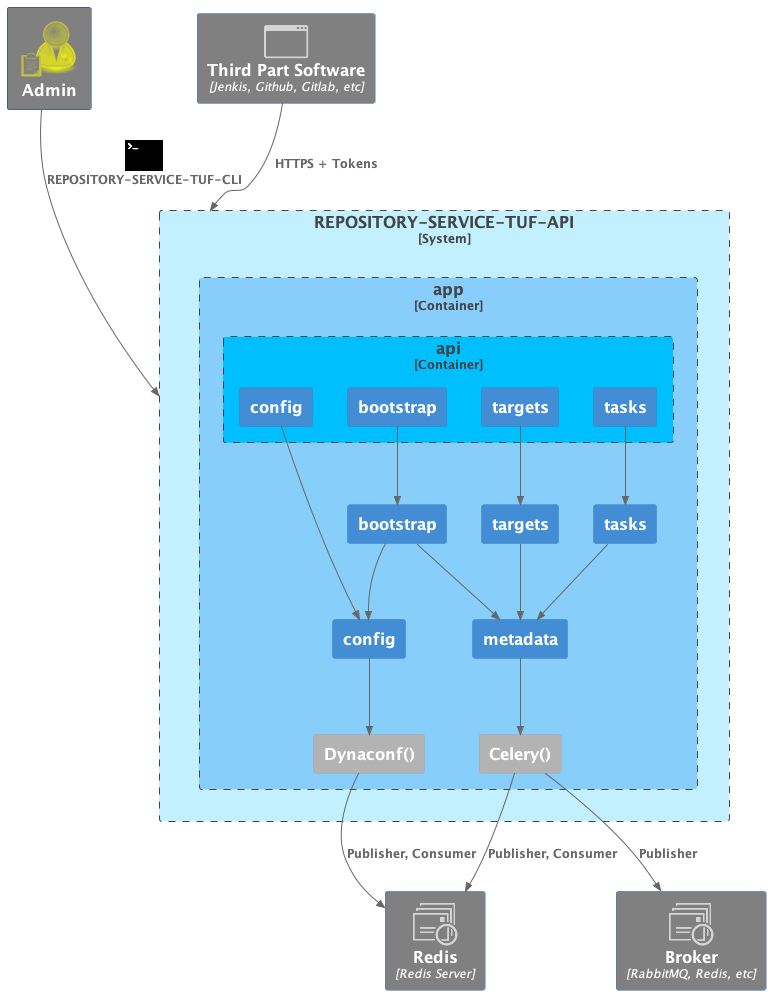
Above: docs/source/_static/repository-service-tuf-api-C3.png in repository-service-tuf/repository-service-tuf-api (PlantUML), before the change.
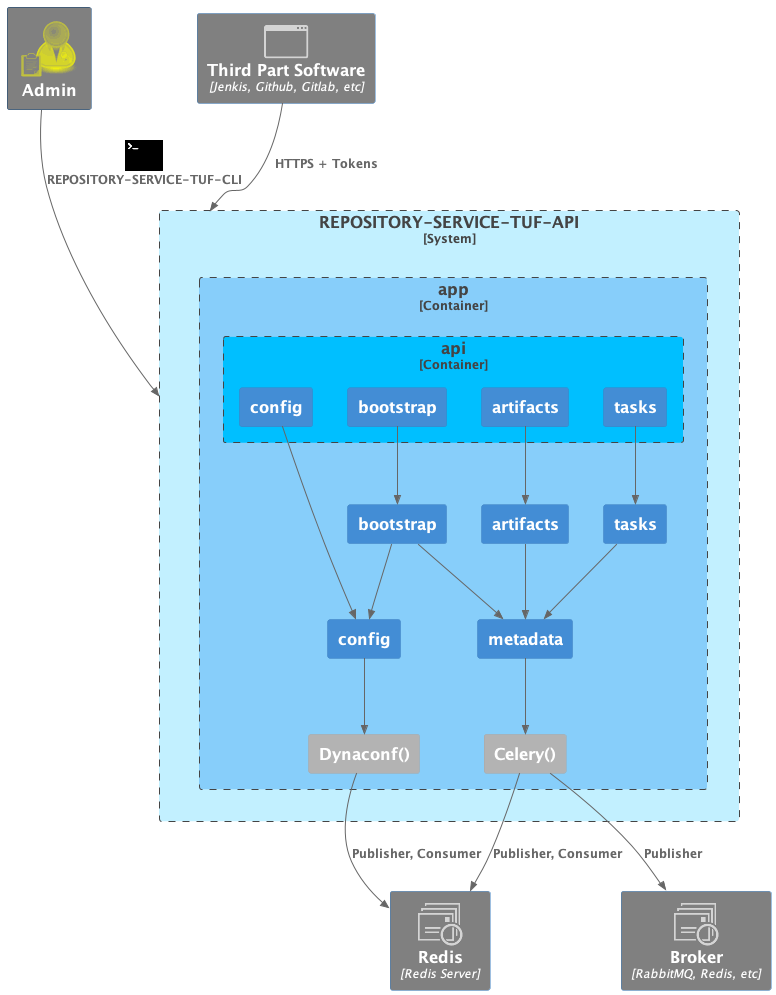
After the change.

The edit, as a diff of the source:
```diff
@@ -29,7 +29,7 @@
 AddContainerTag("queue", $sprite="queue_viewer", $legendText="Message Queue")
 AddContainerTag("ci_cd", $sprite="application_generic", $legendText="CI/CD, Artfact Management, etc")
 AddContainerTag("metadata_web", $sprite="web_services", $legendText="Web exposed TUF Metadata")
-AddContainerTag("download_target", $sprite="download", $legendText="Download file/target/package", $bgColor=Gray)
+AddContainerTag("download_artifact", $sprite="download", $legendText="Download file/artifact/package", $bgColor=Gray)
 AddContainerTag("terminal", $sprite="terminal,scale=0.5,color=#000000", $legendText="CLI")
 
 AddRelTag("terminal", $textColor="$ARROW_COLOR", $lineColor="$ARROW_COLOR", $sprite="terminal,scale=0.75,color=#000000", $legendText="Repository Service for TUF CLI")
@@ -44,12 +44,12 @@
         Container_Boundary(api, "api") #DeepSkyBlue{
             Container(api_config, "config")
             Container(api_bootstrap, "bootstrap")
-            Container(api_targets, "targets")
+            Container(api_artifacts, "artifacts")
             Container(api_tasks, "tasks")
         }
         Container(config, "config")
         Container(bootstrap, "bootstrap")
-        Container(targets, "targets")
+        Container(artifacts, "artifacts")
         Container(tasks, "tasks")
         Container(metadata, "metadata")
 
@@ -67,9 +67,9 @@
 
 Rel(api_bootstrap, bootstrap, " ")
 Rel(api_config, config, " ")
-Rel(api_targets, targets, " ")
+Rel(api_artifacts, artifacts, " ")
 Rel(api_tasks, tasks, " ")
-Rel(targets, metadata, " ")
+Rel(artifacts, metadata, " ")
 Rel(bootstrap, metadata, " ")
 Rel(tasks, metadata, " ")
 Rel(bootstrap, config, " ")
@@ -79,7 +79,7 @@
 Rel_D(celery, redis, "Publisher, Consumer")
 Rel_D(dynaconf, redis, "Publisher, Consumer")
 
-Lay_R(bootstrap, targets)
+Lay_R(bootstrap, artifacts)
 Lay_R(dynaconf, celery)
 
 HIDE_STEREOTYPE()
```
